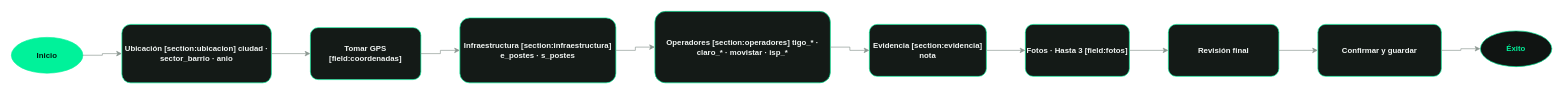
Before: page "Exploración" (2 of 5) of docs/FIBRAZO_Forms_Flujos.drawio in Femacchi12/fibrazo-forms, a draw.io diagram. Source tidied: cells renumbered, new cells numbered last; positions are measured from the earlier drawing's top-left corner, leaving out a move shared by most shapes. Both pictures are drawn from the tidied source at 65%, with x=0, y=0 at pixel (11, 11).
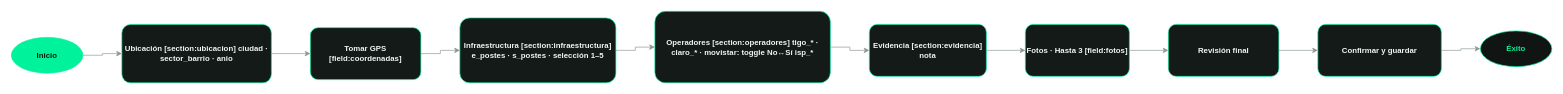
After the change.

Commit message (it also covers changes not shown here):
Sync Exploration controls and progressive stepper docs

Change to the diagram source:
```diff
@@
-    <mxCell id="5" value="Infraestructura&amp;#xa;[section:infraestructura]&amp;#xa;e_postes · s_postes" style="rounded=1;whiteSpace=wrap;html=1;fillColor=#141a17;strokeColor=#00f29a;fontColor=#f3f7f5;fontStyle=1;" parent="1" vertex="1">
+    <mxCell id="5" value="Infraestructura&amp;#xa;[section:infraestructura]&amp;#xa;e_postes · s_postes · selección 1–5" style="rounded=1;whiteSpace=wrap;html=1;fillColor=#141a17;strokeColor=#00f29a;fontColor=#f3f7f5;fontStyle=1;" parent="1" vertex="1">
       <mxGeometry x="690" y="10" width="240" height="100" as="geometry" />
     </mxCell>
-    <mxCell id="6" value="Operadores&amp;#xa;[section:operadores]&amp;#xa;tigo_* · claro_* · movistar · isp_*" style="rounded=1;whiteSpace=wrap;html=1;fillColor=#141a17;strokeColor=#00f29a;fontColor=#f3f7f5;fontStyle=1;" parent="1" vertex="1">
+    <mxCell id="6" value="Operadores&amp;#xa;[section:operadores]&amp;#xa;tigo_* · claro_* · movistar: toggle No↔Sí&amp;#xa;isp_*" style="rounded=1;whiteSpace=wrap;html=1;fillColor=#141a17;strokeColor=#00f29a;fontColor=#f3f7f5;fontStyle=1;" parent="1" vertex="1">
       <mxGeometry x="990" width="270" height="110" as="geometry" />
     </mxCell>
```
